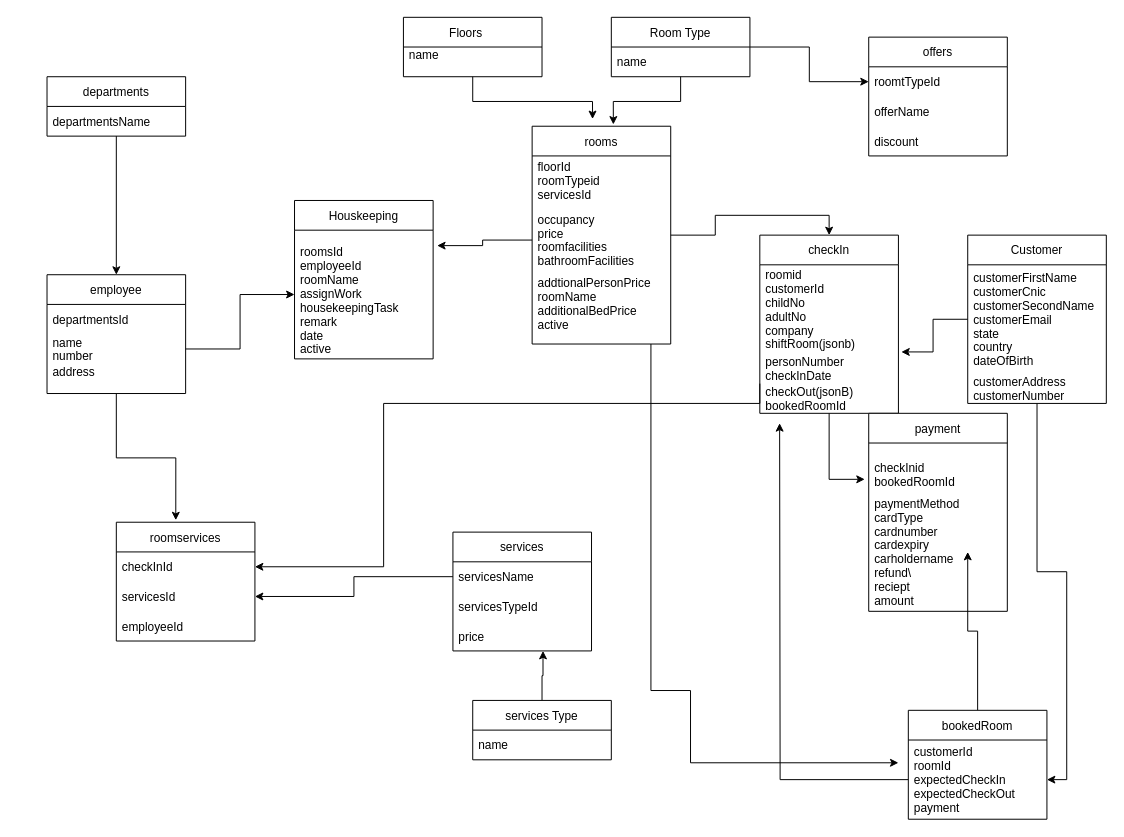
Earlier version of the draw.io diagram new9.drawio (zaryabali786/erdDiagram). Source tidied: cells renumbered, new cells numbered last; positions are measured from the earlier drawing's top-left corner, leaving out a move shared by most shapes. Both pictures are drawn from the tidied source at 99%, with x=0, y=0 at pixel (47, 17).
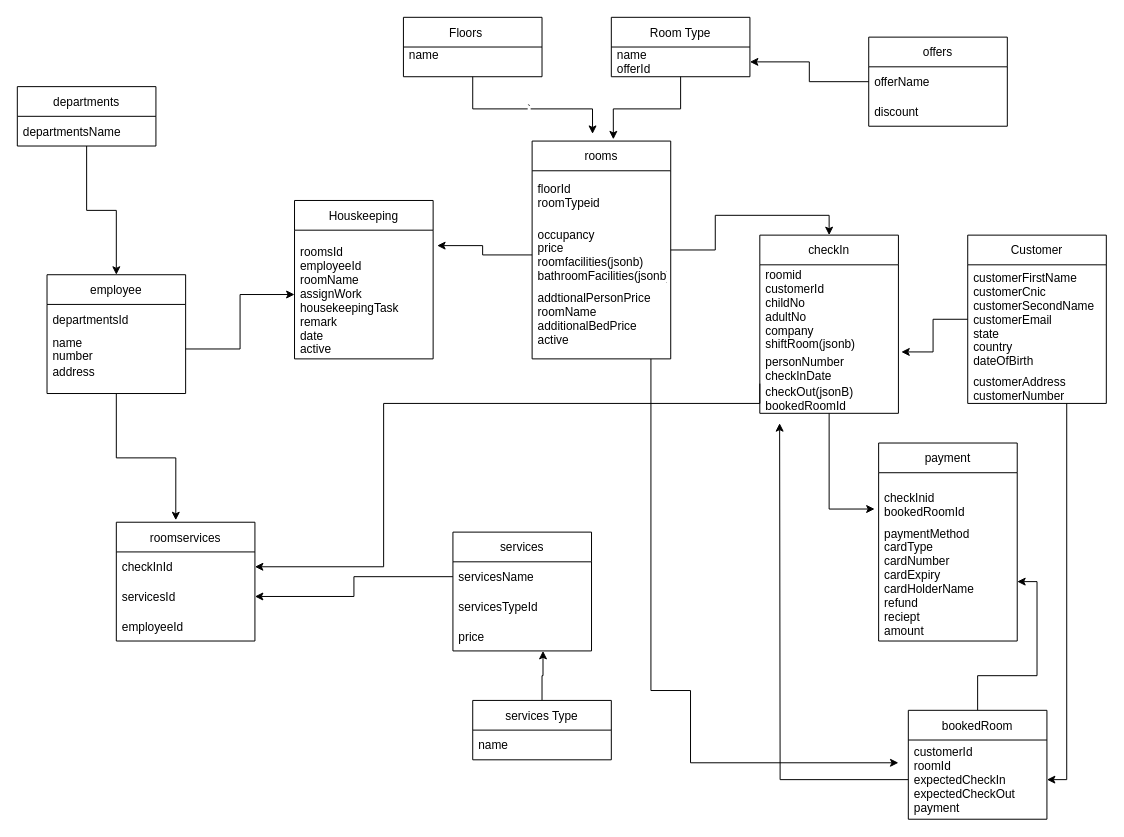
After the change.

The change refers to these unchanged cells:
```xml
<mxCell id="3" value="Floors    " style="swimlane;fontStyle=0;horizontal=1;startSize=30;" parent="1" vertex="1">
  <mxGeometry x="360" width="140" height="60" as="geometry" />
</mxCell>
<mxCell id="7" value="Room Type" style="swimlane;fontStyle=0;horizontal=1;startSize=30;" parent="1" vertex="1">
  <mxGeometry x="570" width="140" height="60" as="geometry" />
</mxCell>
<mxCell id="30" value="Customer" style="swimlane;fontStyle=0;horizontal=1;startSize=30;" parent="1" vertex="1">
  <mxGeometry x="930" y="220" width="140" height="170" as="geometry" />
</mxCell>
<mxCell id="42" value="bookedRoom" style="swimlane;fontStyle=0;horizontal=1;startSize=30;" parent="1" vertex="1">
  <mxGeometry x="870" y="700" width="140" height="110" as="geometry" />
</mxCell>
<mxCell id="43" value="customerId&#10;roomId&#10;expectedCheckIn&#10;expectedCheckOut&#10;payment" style="text;strokeColor=none;fillColor=none;align=left;verticalAlign=middle;spacingLeft=4;spacingRight=4;overflow=hidden;points=[[0,0.5],[1,0.5]];portConstraint=eastwest;" parent="42" vertex="1">
  <mxGeometry y="30" width="140" height="80" as="geometry" />
</mxCell>
```

The edit, as a diff of the source:
```diff
@@
-    <mxCell id="2" style="edgeStyle=orthogonalEdgeStyle;rounded=0;jettySize=auto;html=1;entryX=0.436;entryY=-0.033;entryDx=0;entryDy=0;entryPerimeter=0;" parent="1" edge="1" source="3" target="15">
+    <mxCell id="2" value="`" style="edgeStyle=orthogonalEdgeStyle;rounded=0;jettySize=auto;html=1;entryX=0.436;entryY=-0.033;entryDx=0;entryDy=0;entryPerimeter=0;" parent="1" edge="1" source="3" target="15">
       <mxGeometry relative="1" as="geometry" />
     </mxCell>
@@
-    <mxCell id="5" style="edgeStyle=orthogonalEdgeStyle;rounded=0;jettySize=auto;html=1;entryX=0;entryY=0.5;entryDx=0;entryDy=0;" parent="1" edge="1" source="7" target="10">
-      <mxGeometry relative="1" as="geometry" />
-    </mxCell>
@@
-    <mxCell id="8" value="name" style="text;strokeColor=none;fillColor=none;align=left;verticalAlign=middle;spacingLeft=4;spacingRight=4;overflow=hidden;points=[[0,0.5],[1,0.5]];portConstraint=eastwest;" parent="7" vertex="1">
+    <mxCell id="8" value="name&#10;offerId" style="text;strokeColor=none;fillColor=none;align=left;verticalAlign=middle;spacingLeft=4;spacingRight=4;overflow=hidden;points=[[0,0.5],[1,0.5]];portConstraint=eastwest;" parent="7" vertex="1">
       <mxGeometry y="30" width="140" height="30" as="geometry" />
     </mxCell>
+    <mxCell id="61" style="edgeStyle=orthogonalEdgeStyle;rounded=0;jettySize=auto;html=1;entryX=1;entryY=0.5;entryDx=0;entryDy=0;" parent="1" edge="1" source="9" target="8">
+      <mxGeometry relative="1" as="geometry" />
+    </mxCell>
     <mxCell id="9" value="offers" style="swimlane;fontStyle=0;horizontal=1;startSize=30;" parent="1" vertex="1">
-      <mxGeometry x="830" y="20" width="140" height="120" as="geometry" />
+      <mxGeometry x="830" y="20" width="140" height="90" as="geometry" />
     </mxCell>
-    <mxCell id="10" value="roomtTypeId" style="text;strokeColor=none;fillColor=none;align=left;verticalAlign=middle;spacingLeft=4;spacingRight=4;overflow=hidden;points=[[0,0.5],[1,0.5]];portConstraint=eastwest;" parent="9" vertex="1">
-      <mxGeometry y="30" width="140" height="30" as="geometry" />
-    </mxCell>
     <mxCell id="11" value="offerName" style="text;strokeColor=none;fillColor=none;align=left;verticalAlign=middle;spacingLeft=4;spacingRight=4;overflow=hidden;" parent="9" vertex="1">
-      <mxGeometry y="60" width="140" height="30" as="geometry" />
+      <mxGeometry y="30" width="140" height="30" as="geometry" />
     </mxCell>
     <mxCell id="12" value="discount" style="text;strokeColor=none;fillColor=none;align=left;verticalAlign=middle;spacingLeft=4;spacingRight=4;overflow=hidden;" parent="9" vertex="1">
-      <mxGeometry y="90" width="140" height="30" as="geometry" />
+      <mxGeometry y="60" width="140" height="30" as="geometry" />
     </mxCell>
@@
     <mxCell id="15" value="rooms" style="swimlane;fontStyle=0;horizontal=1;startSize=30;" parent="1" vertex="1">
-      <mxGeometry x="490" y="110" width="140" height="220" as="geometry" />
+      <mxGeometry x="490" y="125" width="140" height="220" as="geometry" />
     </mxCell>
-    <mxCell id="16" value="floorId&#10;roomTypeid&#10;servicesId" style="text;strokeColor=none;fillColor=none;align=left;verticalAlign=middle;spacingLeft=4;spacingRight=4;overflow=hidden;" parent="15" vertex="1">
+    <mxCell id="16" value="floorId&#10;roomTypeid" style="text;strokeColor=none;fillColor=none;align=left;verticalAlign=middle;spacingLeft=4;spacingRight=4;overflow=hidden;" parent="15" vertex="1">
       <mxGeometry y="30" width="140" height="50" as="geometry" />
     </mxCell>
-    <mxCell id="17" value="occupancy&#10;price&#10;roomfacilities&#10;bathroomFacilities" style="text;strokeColor=none;fillColor=none;align=left;verticalAlign=middle;spacingLeft=4;spacingRight=4;overflow=hidden;points=[[0,0.5],[1,0.5]];portConstraint=eastwest;" parent="15" vertex="1">
+    <mxCell id="17" value="occupancy&#10;price&#10;roomfacilities(jsonb)&#10;bathroomFacilities(jsonb)" style="text;strokeColor=none;fillColor=none;align=left;verticalAlign=middle;spacingLeft=4;spacingRight=4;overflow=hidden;points=[[0,0.5],[1,0.5]];portConstraint=eastwest;" parent="15" vertex="1">
       <mxGeometry y="80" width="140" height="70" as="geometry" />
     </mxCell>
@@
     <mxCell id="29" style="edgeStyle=orthogonalEdgeStyle;rounded=0;jettySize=auto;html=1;" parent="1" edge="1" source="30" target="43">
-      <mxGeometry relative="1" as="geometry" />
+      <mxGeometry relative="1" as="geometry">
+        <Array as="points">
+          <mxPoint x="1030" y="770" />
+        </Array>
+      </mxGeometry>
     </mxCell>
@@
     <mxCell id="38" value="payment" style="swimlane;fontStyle=0;horizontal=1;startSize=30;" parent="1" vertex="1">
-      <mxGeometry x="830" y="400" width="140" height="200" as="geometry" />
+      <mxGeometry x="840" y="430" width="140" height="200" as="geometry" />
     </mxCell>
@@
-    <mxCell id="40" value="paymentMethod&#10;cardType&#10;cardnumber&#10;cardexpiry&#10;carholdername&#10;refund\&#10;reciept&#10;amount" style="text;strokeColor=none;fillColor=none;align=left;verticalAlign=middle;spacingLeft=4;spacingRight=4;overflow=hidden;points=[[0,0.5],[1,0.5]];portConstraint=eastwest;" parent="38" vertex="1">
+    <mxCell id="40" value="paymentMethod&#10;cardType&#10;cardNumber&#10;cardExpiry&#10;cardHolderName&#10;refund&#10;reciept&#10;amount" style="text;strokeColor=none;fillColor=none;align=left;verticalAlign=middle;spacingLeft=4;spacingRight=4;overflow=hidden;points=[[0,0.5],[1,0.5]];portConstraint=eastwest;" parent="38" vertex="1">
       <mxGeometry y="80" width="140" height="120" as="geometry" />
     </mxCell>
-    <mxCell id="41" style="edgeStyle=orthogonalEdgeStyle;rounded=0;jettySize=auto;html=1;" parent="1" edge="1" source="42">
-      <mxGeometry relative="1" as="geometry">
-        <mxPoint x="930" y="540" as="targetPoint" />
-        <Array as="points">
-          <mxPoint x="940" y="620" />
-          <mxPoint x="930" y="620" />
-        </Array>
-      </mxGeometry>
+    <mxCell id="41" style="edgeStyle=orthogonalEdgeStyle;rounded=0;jettySize=auto;html=1;" parent="1" edge="1" source="42" target="40">
+      <mxGeometry relative="1" as="geometry" />
     </mxCell>
@@
     <mxCell id="45" value="departments" style="swimlane;fontStyle=0;horizontal=1;startSize=30;" parent="1" vertex="1">
-      <mxGeometry y="60" width="140" height="60" as="geometry" />
+      <mxGeometry x="-30" y="70" width="140" height="60" as="geometry" />
     </mxCell>
```
